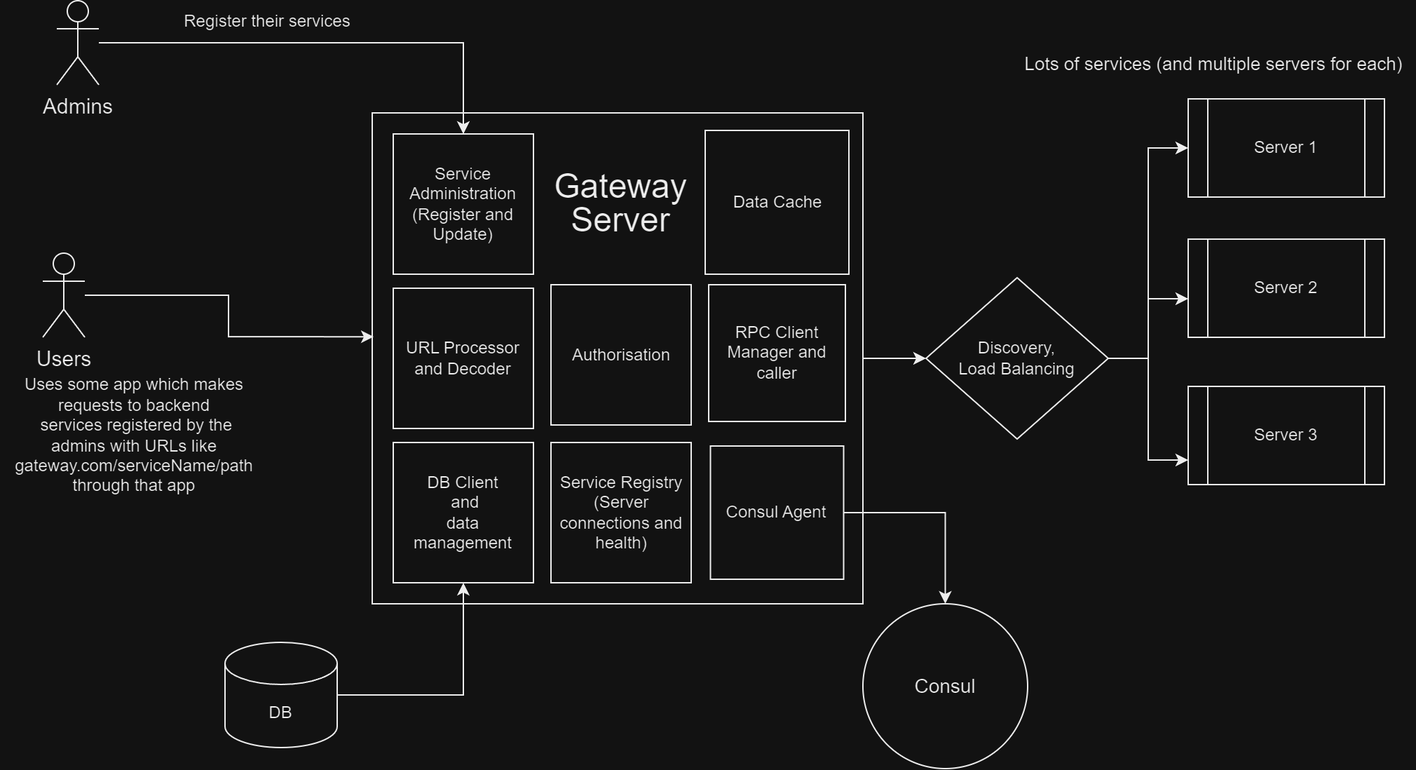
Earlier version of the draw.io export gateway_design.png (PyromancerBoom/Orbital23). Source tidied: cells renumbered, new cells last; positions are measured from the earlier drawing's top-left corner, leaving out a move shared by most shapes.
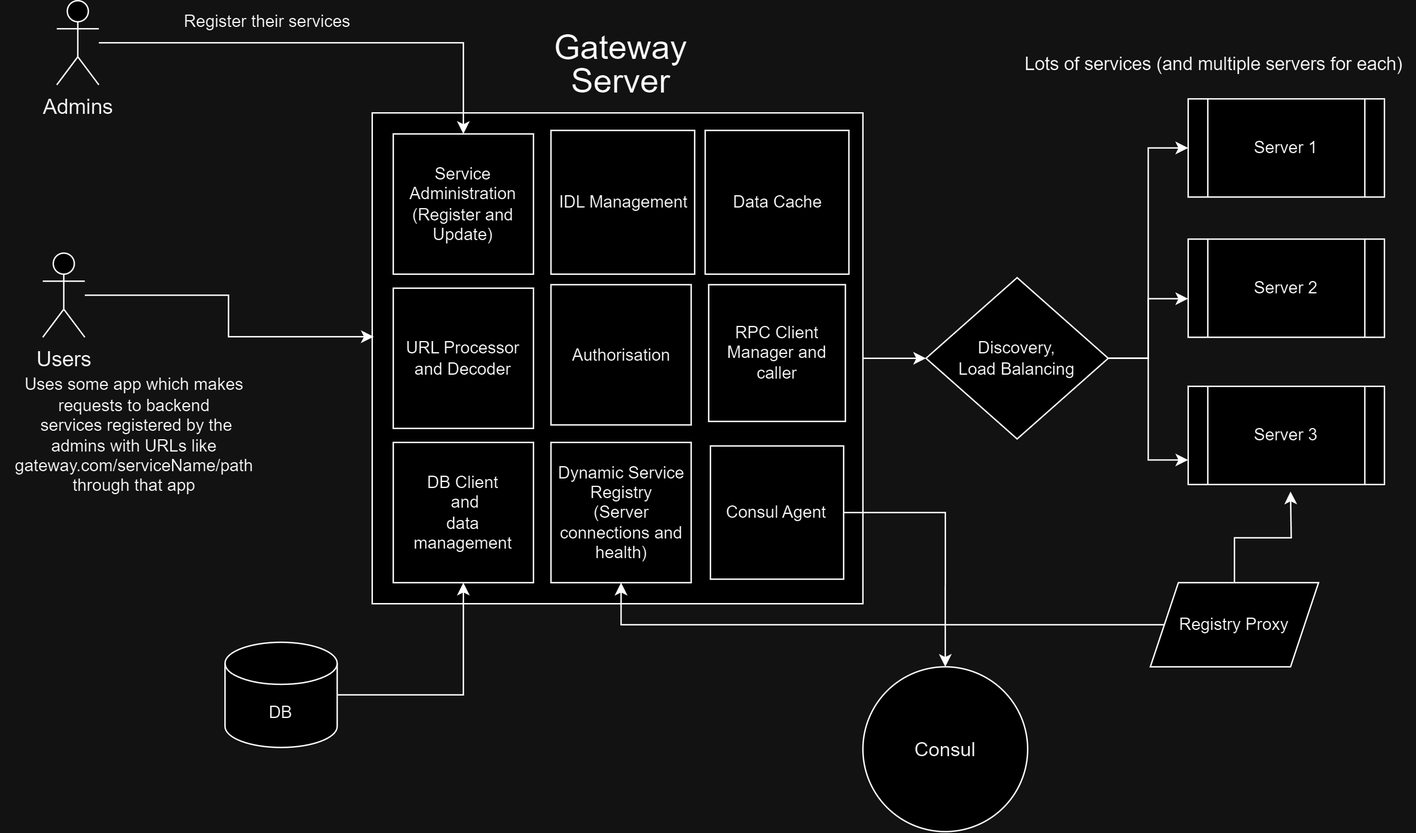
After the commit.

Diff of the diagram source:
```diff
@@ -9,7 +9,7 @@
       <mxGeometry x="265" y="80" width="350" height="350" as="geometry" />
     </mxCell>
     <mxCell id="4" value="&lt;p style=&quot;line-height: 0%; font-size: 24px;&quot;&gt;&lt;font style=&quot;font-size: 24px;&quot;&gt;Gateway&lt;/font&gt;&lt;/p&gt;&lt;p style=&quot;line-height: 0%; font-size: 24px;&quot;&gt;&lt;font style=&quot;font-size: 24px;&quot;&gt;Server&lt;/font&gt;&lt;/p&gt;" style="text;html=1;strokeColor=none;fillColor=none;align=center;verticalAlign=middle;whiteSpace=wrap;rounded=0;" parent="1" vertex="1">
-      <mxGeometry x="370" y="118.8" width="145" height="50" as="geometry" />
+      <mxGeometry x="370" y="20" width="145" height="50" as="geometry" />
     </mxCell>
     <mxCell id="5" value="DB Client&lt;br&gt;&amp;nbsp;and &lt;br&gt;data &lt;br&gt;management" style="whiteSpace=wrap;html=1;" parent="1" vertex="1">
       <mxGeometry x="280" y="315" width="100" height="100" as="geometry" />
@@ -45,7 +45,7 @@
       <mxGeometry x="506.2" y="317.5" width="95" height="95" as="geometry" />
     </mxCell>
     <mxCell id="16" value="&lt;font style=&quot;font-size: 14px;&quot;&gt;Consul&lt;/font&gt;" style="ellipse;whiteSpace=wrap;html=1;" parent="1" vertex="1">
-      <mxGeometry x="615" y="430" width="117.5" height="117.5" as="geometry" />
+      <mxGeometry x="615" y="475" width="117.5" height="117.5" as="geometry" />
     </mxCell>
     <mxCell id="17" style="edgeStyle=orthogonalEdgeStyle;rounded=0;jettySize=auto;html=1;entryX=0;entryY=0.607;entryDx=0;entryDy=0;entryPerimeter=0;" parent="1" edge="1" source="20" target="27">
       <mxGeometry relative="1" as="geometry" />
@@ -59,7 +59,7 @@
     <mxCell id="20" value="Discovery,&lt;br&gt;Load Balancing" style="rhombus;whiteSpace=wrap;html=1;" parent="1" vertex="1">
       <mxGeometry x="660" y="197.5" width="130" height="115" as="geometry" />
     </mxCell>
-    <mxCell id="21" value="Service Registry&lt;br&gt;(Server connections and health)" style="whiteSpace=wrap;html=1;" parent="1" vertex="1">
+    <mxCell id="21" value="Dynamic Service Registry&lt;br&gt;(Server connections and health)" style="whiteSpace=wrap;html=1;" parent="1" vertex="1">
       <mxGeometry x="392.5" y="315" width="100" height="100" as="geometry" />
     </mxCell>
     <mxCell id="22" value="Data Cache" style="whiteSpace=wrap;html=1;" parent="1" vertex="1">
@@ -89,5 +89,19 @@
     <mxCell id="30" value="&lt;font style=&quot;font-size: 13px;&quot;&gt;Lots of services (and multiple servers for each)&lt;/font&gt;" style="text;html=1;align=center;verticalAlign=middle;strokeColor=none;fillColor=none;" parent="1" vertex="1">
       <mxGeometry x="720" y="30" width="290" height="30" as="geometry" />
     </mxCell>
+    <mxCell id="31" value="IDL Management" style="whiteSpace=wrap;html=1;" parent="1" vertex="1">
+      <mxGeometry x="392.5" y="92.5" width="102.5" height="102.5" as="geometry" />
+    </mxCell>
+    <mxCell id="32" style="edgeStyle=orthogonalEdgeStyle;rounded=0;jettySize=auto;html=1;" parent="1" edge="1" source="34">
+      <mxGeometry relative="1" as="geometry">
+        <mxPoint x="920" y="350" as="targetPoint" />
+      </mxGeometry>
+    </mxCell>
+    <mxCell id="33" style="edgeStyle=orthogonalEdgeStyle;rounded=0;jettySize=auto;html=1;entryX=0.5;entryY=1;entryDx=0;entryDy=0;" parent="1" edge="1" source="34" target="21">
+      <mxGeometry relative="1" as="geometry" />
+    </mxCell>
+    <mxCell id="34" value="Registry Proxy" style="shape=parallelogram;perimeter=parallelogramPerimeter;whiteSpace=wrap;html=1;fixedSize=1;" parent="1" vertex="1">
+      <mxGeometry x="820" y="415" width="120" height="60" as="geometry" />
+    </mxCell>
   </root>
 </mxGraphModel>
```
